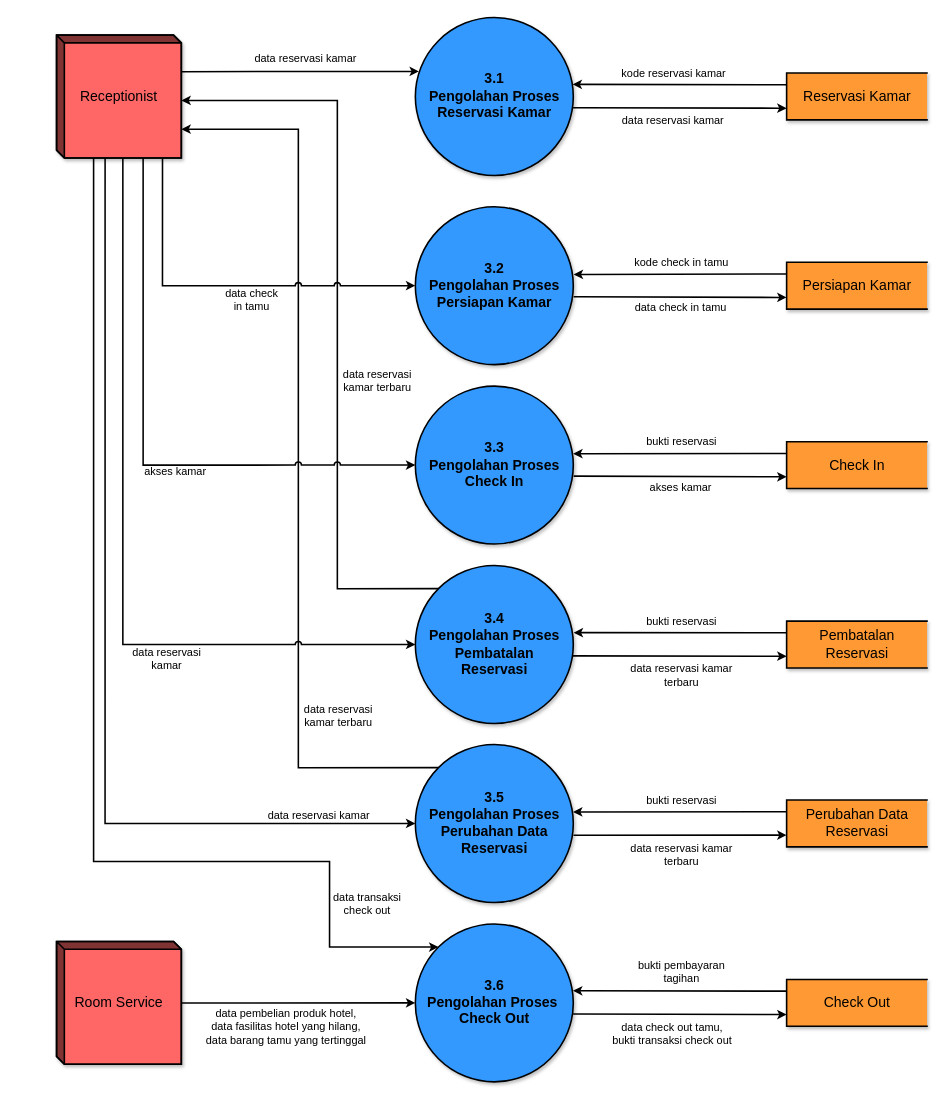
Earlier version of the draw.io diagram page "DFD LVL 2 Process 3 - Pengolahan Transaksi - NEW" (6 of 12) of Sistem Pemesanan Kamar Hotel - Data Flow Diagram.drawio (trueazp/System-Design-Analysis). Source tidied: cells renumbered, new cells numbered last; positions are measured from the earlier drawing's top-left corner, leaving out a move shared by most shapes. Both pictures are drawn from the tidied source at 78%, with x=0, y=0 at pixel (56, 17).
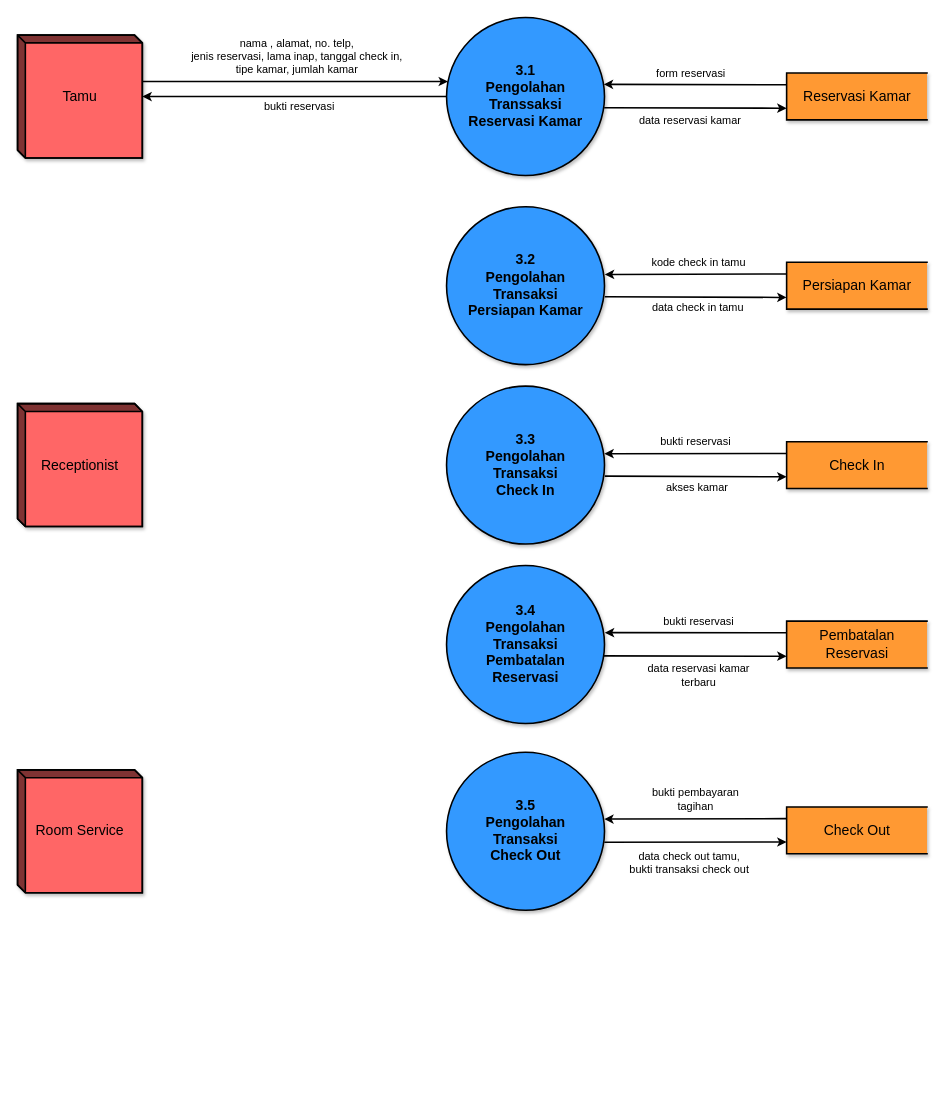
After the change.

The change refers to these unchanged cells:
```xml
<mxCell id="12" style="edgeStyle=orthogonalEdgeStyle;rounded=0;jumpStyle=arc;jettySize=auto;html=1;exitX=0;exitY=0.25;exitDx=0;exitDy=0;entryX=0.995;entryY=0.423;entryDx=0;entryDy=0;entryPerimeter=0;fontSize=14;startArrow=none;startFill=0;endArrow=classic;endFill=1;strokeWidth=2;labelBackgroundColor=none;" parent="1" edge="1" source="16" target="2">
  <mxGeometry relative="1" as="geometry" />
</mxCell>
```

What changed in the source:
```diff
@@
+    <mxCell id="58" style="edgeStyle=orthogonalEdgeStyle;rounded=0;jumpStyle=arc;jettySize=auto;html=1;labelBackgroundColor=none;fontSize=14;startArrow=none;startFill=0;endArrow=classic;endFill=1;strokeWidth=2;" parent="1" edge="1" source="2" target="54">
+      <mxGeometry relative="1" as="geometry" />
+    </mxCell>
+    <mxCell id="33" value="bukti reservasi" style="edgeLabel;html=1;align=center;verticalAlign=middle;fontSize=14;" parent="58" vertex="1">
+      <mxGeometry x="-0.08" y="2" relative="1" as="geometry">
+        <mxPoint x="-11" y="10" as="offset" />
+      </mxGeometry>
+    </mxCell>
-    <mxCell id="2" value="3.1&lt;br style=&quot;font-size: 18px&quot;&gt;&lt;div&gt;Pengolahan Proses &lt;br&gt;&lt;/div&gt;&lt;div&gt;Reservasi Kamar&lt;br&gt;&lt;/div&gt;" style="shape=ellipse;html=1;dashed=0;whitespace=wrap;perimeter=ellipsePerimeter;shadow=1;labelBackgroundColor=none;fontFamily=Helvetica;fontSize=18;strokeWidth=2;fillColor=#3399FF;align=center;fontStyle=1;" parent="1" vertex="1">
-      <mxGeometry x="460" width="202.5" height="202.5" as="geometry" />
+    <mxCell id="2" value="3.1&lt;br style=&quot;font-size: 18px&quot;&gt;&lt;div&gt;Pengolahan &lt;br&gt;&lt;/div&gt;&lt;div&gt;Transsaksi&lt;br&gt;&lt;/div&gt;&lt;div&gt;Reservasi Kamar&lt;br&gt;&lt;/div&gt;" style="shape=ellipse;html=1;dashed=0;whitespace=wrap;perimeter=ellipsePerimeter;shadow=1;labelBackgroundColor=none;fontFamily=Helvetica;fontSize=18;strokeWidth=2;fillColor=#3399FF;align=center;fontStyle=1;" parent="1" vertex="1">
+      <mxGeometry x="500" width="202.5" height="202.5" as="geometry" />
     </mxCell>
-    <mxCell id="3" style="edgeStyle=orthogonalEdgeStyle;rounded=0;jumpStyle=arc;jettySize=auto;html=1;exitX=0;exitY=0;exitDx=0;exitDy=0;entryX=0;entryY=0;entryDx=160;entryDy=83.75;entryPerimeter=0;fontSize=14;startArrow=none;startFill=0;endArrow=classic;endFill=1;strokeWidth=2;labelBackgroundColor=none;" parent="1" edge="1" source="5" target="54">
-      <mxGeometry relative="1" as="geometry">
-        <Array as="points">
-          <mxPoint x="360" y="732" />
-          <mxPoint x="360" y="106" />
-        </Array>
-      </mxGeometry>
-    </mxCell>
-    <mxCell id="4" value="&lt;div&gt;data reservasi &lt;br&gt;&lt;/div&gt;&lt;div&gt;kamar terbaru&lt;/div&gt;" style="edgeLabel;html=1;align=center;verticalAlign=middle;fontSize=14;labelBackgroundColor=none;" parent="3" vertex="1">
-      <mxGeometry x="0.34" y="-3" relative="1" as="geometry">
-        <mxPoint x="47" y="243" as="offset" />
-      </mxGeometry>
-    </mxCell>
-    <mxCell id="5" value="3.4&lt;br style=&quot;font-size: 18px&quot;&gt;&lt;div&gt;Pengolahan Proses &lt;br&gt;&lt;/div&gt;&lt;div&gt;Pembatalan &lt;br&gt;&lt;/div&gt;&lt;div&gt;Reservasi&lt;br&gt;&lt;/div&gt;" style="shape=ellipse;html=1;dashed=0;whitespace=wrap;perimeter=ellipsePerimeter;shadow=1;labelBackgroundColor=none;fontFamily=Helvetica;fontSize=18;strokeWidth=2;fillColor=#3399FF;align=center;fontStyle=1;" parent="1" vertex="1">
-      <mxGeometry x="460" y="702.5" width="202.5" height="202.5" as="geometry" />
+    <mxCell id="5" value="3.4&lt;br style=&quot;font-size: 18px&quot;&gt;&lt;div&gt;Pengolahan &lt;br&gt;&lt;/div&gt;&lt;div&gt;Transaksi&lt;br&gt;&lt;/div&gt;&lt;div&gt;Pembatalan &lt;br&gt;&lt;/div&gt;&lt;div&gt;Reservasi&lt;br&gt;&lt;/div&gt;" style="shape=ellipse;html=1;dashed=0;whitespace=wrap;perimeter=ellipsePerimeter;shadow=1;labelBackgroundColor=none;fontFamily=Helvetica;fontSize=18;strokeWidth=2;fillColor=#3399FF;align=center;fontStyle=1;" parent="1" vertex="1">
+      <mxGeometry x="500" y="702.5" width="202.5" height="202.5" as="geometry" />
     </mxCell>
-    <mxCell id="6" value="3.3&lt;br style=&quot;font-size: 18px&quot;&gt;&lt;div&gt;Pengolahan Proses &lt;br&gt;&lt;/div&gt;&lt;div&gt;Check In&lt;br&gt;&lt;/div&gt;" style="shape=ellipse;html=1;dashed=0;whitespace=wrap;perimeter=ellipsePerimeter;shadow=1;labelBackgroundColor=none;fontFamily=Helvetica;fontSize=18;strokeWidth=2;fillColor=#3399FF;align=center;fontStyle=1;" parent="1" vertex="1">
-      <mxGeometry x="460" y="472.5" width="202.5" height="202.5" as="geometry" />
+    <mxCell id="6" value="3.3&lt;br style=&quot;font-size: 18px&quot;&gt;&lt;div&gt;Pengolahan &lt;br&gt;&lt;/div&gt;&lt;div&gt;Transaksi&lt;br&gt;&lt;/div&gt;&lt;div&gt;Check In&lt;br&gt;&lt;/div&gt;" style="shape=ellipse;html=1;dashed=0;whitespace=wrap;perimeter=ellipsePerimeter;shadow=1;labelBackgroundColor=none;fontFamily=Helvetica;fontSize=18;strokeWidth=2;fillColor=#3399FF;align=center;fontStyle=1;" parent="1" vertex="1">
+      <mxGeometry x="500" y="472.5" width="202.5" height="202.5" as="geometry" />
     </mxCell>
-    <mxCell id="7" value="3.2&lt;br style=&quot;font-size: 18px&quot;&gt;&lt;div&gt;Pengolahan Proses &lt;br&gt;&lt;/div&gt;&lt;div&gt;Persiapan Kamar&lt;br&gt;&lt;/div&gt;" style="shape=ellipse;html=1;dashed=0;whitespace=wrap;perimeter=ellipsePerimeter;shadow=1;labelBackgroundColor=none;fontFamily=Helvetica;fontSize=18;strokeWidth=2;fillColor=#3399FF;align=center;fontStyle=1;" parent="1" vertex="1">
-      <mxGeometry x="460" y="242.5" width="202.5" height="202.5" as="geometry" />
+    <mxCell id="7" value="3.2&lt;br style=&quot;font-size: 18px&quot;&gt;&lt;div&gt;Pengolahan &lt;br&gt;&lt;/div&gt;&lt;div&gt;Transaksi&lt;/div&gt;&lt;div&gt;Persiapan Kamar&lt;br&gt;&lt;/div&gt;" style="shape=ellipse;html=1;dashed=0;whitespace=wrap;perimeter=ellipsePerimeter;shadow=1;labelBackgroundColor=none;fontFamily=Helvetica;fontSize=18;strokeWidth=2;fillColor=#3399FF;align=center;fontStyle=1;" parent="1" vertex="1">
+      <mxGeometry x="500" y="242.5" width="202.5" height="202.5" as="geometry" />
     </mxCell>
-    <mxCell id="8" value="3.6&lt;br style=&quot;font-size: 18px&quot;&gt;&lt;div&gt;Pengolahan Proses&amp;nbsp;&lt;/div&gt;&lt;div&gt;Check Out&lt;br&gt;&lt;/div&gt;" style="shape=ellipse;html=1;dashed=0;whitespace=wrap;perimeter=ellipsePerimeter;shadow=1;labelBackgroundColor=none;fontFamily=Helvetica;fontSize=18;strokeWidth=2;fillColor=#3399FF;align=center;fontStyle=1;" parent="1" vertex="1">
-      <mxGeometry x="460" y="1162" width="202.5" height="202.5" as="geometry" />
+    <mxCell id="8" value="3.5&lt;br style=&quot;font-size: 18px&quot;&gt;&lt;div&gt;Pengolahan &lt;br&gt;&lt;/div&gt;&lt;div&gt;Transaksi &lt;br&gt;&lt;/div&gt;&lt;div&gt;Check Out&lt;br&gt;&lt;/div&gt;" style="shape=ellipse;html=1;dashed=0;whitespace=wrap;perimeter=ellipsePerimeter;shadow=1;labelBackgroundColor=none;fontFamily=Helvetica;fontSize=18;strokeWidth=2;fillColor=#3399FF;align=center;fontStyle=1;" parent="1" vertex="1">
+      <mxGeometry x="500" y="942" width="202.5" height="202.5" as="geometry" />
     </mxCell>
-    <mxCell id="9" style="edgeStyle=orthogonalEdgeStyle;rounded=0;jumpStyle=arc;jettySize=auto;html=1;exitX=0;exitY=0;exitDx=0;exitDy=0;entryX=0;entryY=0;entryDx=160;entryDy=120.625;entryPerimeter=0;fontSize=14;startArrow=none;startFill=0;endArrow=classic;endFill=1;strokeWidth=2;labelBackgroundColor=none;" parent="1" edge="1" source="11" target="54">
-      <mxGeometry relative="1" as="geometry" />
-    </mxCell>
-    <mxCell id="10" value="&lt;div&gt;data reservasi &lt;br&gt;&lt;/div&gt;&lt;div&gt;kamar terbaru&lt;/div&gt;" style="edgeLabel;html=1;align=center;verticalAlign=middle;fontSize=14;labelBackgroundColor=none;" parent="9" vertex="1">
-      <mxGeometry x="-0.59" y="-1" relative="1" as="geometry">
-        <mxPoint x="49" y="-12" as="offset" />
-      </mxGeometry>
-    </mxCell>
-    <mxCell id="11" value="3.5&lt;br style=&quot;font-size: 18px&quot;&gt;&lt;div&gt;Pengolahan Proses &lt;br&gt;&lt;/div&gt;&lt;div&gt;Perubahan Data &lt;br&gt;&lt;/div&gt;&lt;div&gt;Reservasi&lt;br&gt;&lt;/div&gt;" style="shape=ellipse;html=1;dashed=0;whitespace=wrap;perimeter=ellipsePerimeter;shadow=1;labelBackgroundColor=none;fontFamily=Helvetica;fontSize=18;strokeWidth=2;fillColor=#3399FF;align=center;fontStyle=1;" parent="1" vertex="1">
-      <mxGeometry x="460" y="932" width="202.5" height="202.5" as="geometry" />
-    </mxCell>
@@
-    <mxCell id="13" value="kode reservasi kamar" style="edgeLabel;html=1;align=center;verticalAlign=middle;fontSize=14;labelBackgroundColor=none;" parent="12" vertex="1">
+    <mxCell id="13" value="form reservasi" style="edgeLabel;html=1;align=center;verticalAlign=middle;fontSize=14;labelBackgroundColor=none;" parent="12" vertex="1">
       <mxGeometry x="0.12" y="-3" relative="1" as="geometry">
         <mxPoint x="8" y="-11" as="offset" />
       </mxGeometry>
     </mxCell>
@@
-    <mxCell id="32" style="edgeStyle=orthogonalEdgeStyle;rounded=0;jumpStyle=arc;jettySize=auto;html=1;exitX=0;exitY=0.25;exitDx=0;exitDy=0;entryX=0.998;entryY=0.427;entryDx=0;entryDy=0;entryPerimeter=0;fontSize=14;startArrow=none;startFill=0;endArrow=classic;endFill=1;strokeWidth=2;labelBackgroundColor=none;" parent="1" edge="1" source="36" target="11">
-      <mxGeometry relative="1" as="geometry" />
-    </mxCell>
-    <mxCell id="33" value="bukti reservasi" style="edgeLabel;html=1;align=center;verticalAlign=middle;fontSize=14;labelBackgroundColor=none;" parent="32" vertex="1">
-      <mxGeometry x="0.13" y="-3" relative="1" as="geometry">
-        <mxPoint x="19" y="-12" as="offset" />
-      </mxGeometry>
-    </mxCell>
-    <mxCell id="34" style="edgeStyle=orthogonalEdgeStyle;rounded=0;jumpStyle=arc;jettySize=auto;html=1;exitX=0;exitY=0.75;exitDx=0;exitDy=0;entryX=1.001;entryY=0.574;entryDx=0;entryDy=0;entryPerimeter=0;fontSize=14;startArrow=classic;startFill=1;endArrow=none;endFill=0;strokeWidth=2;labelBackgroundColor=none;" parent="1" edge="1" source="36" target="11">
-      <mxGeometry relative="1" as="geometry" />
-    </mxCell>
-    <mxCell id="35" value="&lt;div&gt;data reservasi kamar &lt;br&gt;&lt;/div&gt;&lt;div&gt;terbaru&lt;br&gt;&lt;/div&gt;" style="edgeLabel;html=1;align=center;verticalAlign=middle;fontSize=14;labelBackgroundColor=none;" parent="34" vertex="1">
-      <mxGeometry x="0.09" y="2" relative="1" as="geometry">
-        <mxPoint x="13" y="22" as="offset" />
-      </mxGeometry>
-    </mxCell>
-    <mxCell id="36" value="&lt;div&gt;Perubahan Data &lt;br&gt;&lt;/div&gt;&lt;div&gt;Reservasi&lt;br&gt;&lt;/div&gt;" style="html=1;dashed=0;whitespace=wrap;shape=partialRectangle;right=0;shadow=1;labelBackgroundColor=none;fontFamily=Helvetica;fontSize=18;strokeWidth=2;fillColor=#FF9933;align=center;" parent="1" vertex="1">
-      <mxGeometry x="936" y="1003.2" width="180" height="60" as="geometry" />
-    </mxCell>
@@
     <mxCell id="41" value="Check Out" style="html=1;dashed=0;whitespace=wrap;shape=partialRectangle;right=0;shadow=1;labelBackgroundColor=none;fontFamily=Helvetica;fontSize=18;strokeWidth=2;fillColor=#FF9933;align=center;" parent="1" vertex="1">
-      <mxGeometry x="936" y="1233.2" width="180" height="60" as="geometry" />
+      <mxGeometry x="936" y="1012" width="180" height="60" as="geometry" />
     </mxCell>
-    <mxCell id="42" style="edgeStyle=orthogonalEdgeStyle;rounded=0;jumpStyle=arc;jettySize=auto;html=1;exitX=0;exitY=0;exitDx=160;exitDy=46.875;exitPerimeter=0;fontSize=14;startArrow=none;startFill=0;endArrow=classic;endFill=1;strokeWidth=2;entryX=0.023;entryY=0.341;entryDx=0;entryDy=0;entryPerimeter=0;labelBackgroundColor=none;" parent="1" edge="1" source="54" target="2">
-      <mxGeometry relative="1" as="geometry" />
+    <mxCell id="42" style="edgeStyle=orthogonalEdgeStyle;rounded=0;jumpStyle=arc;jettySize=auto;html=1;exitX=1.003;exitY=0.378;exitDx=0;exitDy=0;exitPerimeter=0;fontSize=14;startArrow=none;startFill=0;endArrow=classic;endFill=1;strokeWidth=2;labelBackgroundColor=none;" parent="1" edge="1" source="54" target="2">
+      <mxGeometry relative="1" as="geometry">
+        <Array as="points">
+          <mxPoint x="410" y="82" />
+          <mxPoint x="410" y="82" />
+        </Array>
+      </mxGeometry>
     </mxCell>
-    <mxCell id="43" value="data reservasi kamar" style="edgeLabel;html=1;align=center;verticalAlign=middle;fontSize=14;labelBackgroundColor=none;" parent="42" vertex="1">
+    <mxCell id="43" value="&lt;div&gt;nama , alamat, no. telp, &lt;br&gt;&lt;/div&gt;&lt;div&gt;jenis reservasi, lama inap, tanggal check in, &lt;/div&gt;tipe kamar, jumlah kamar" style="edgeLabel;html=1;align=center;verticalAlign=middle;fontSize=14;labelBackgroundColor=none;" parent="42" vertex="1">
       <mxGeometry x="0.11" y="4" relative="1" as="geometry">
-        <mxPoint x="-10" y="-13" as="offset" />
+        <mxPoint x="-20" y="-29" as="offset" />
       </mxGeometry>
     </mxCell>
-    <mxCell id="44" style="edgeStyle=orthogonalEdgeStyle;rounded=0;jumpStyle=arc;jettySize=auto;html=1;exitX=0.849;exitY=1.007;exitDx=0;exitDy=0;exitPerimeter=0;entryX=0;entryY=0.5;entryDx=0;entryDy=0;fontSize=14;startArrow=none;startFill=0;endArrow=classic;endFill=1;strokeWidth=2;labelBackgroundColor=none;" parent="1" edge="1" source="54" target="7">
-      <mxGeometry relative="1" as="geometry">
-        <Array as="points">
-          <mxPoint x="136" y="344" />
-        </Array>
-      </mxGeometry>
-    </mxCell>
-    <mxCell id="45" value="&lt;div&gt;data check &lt;br&gt;&lt;/div&gt;&lt;div&gt;in tamu&lt;/div&gt;" style="edgeLabel;html=1;align=center;verticalAlign=middle;fontSize=14;labelBackgroundColor=none;" parent="44" vertex="1">
-      <mxGeometry x="0.13" relative="1" as="geometry">
-        <mxPoint x="1" y="18" as="offset" />
-      </mxGeometry>
-    </mxCell>
-    <mxCell id="46" style="edgeStyle=orthogonalEdgeStyle;rounded=0;jumpStyle=arc;jettySize=auto;html=1;entryX=0;entryY=0.5;entryDx=0;entryDy=0;fontSize=14;startArrow=none;startFill=0;endArrow=classic;endFill=1;strokeWidth=2;labelBackgroundColor=none;" parent="1" edge="1" source="54" target="6">
-      <mxGeometry relative="1" as="geometry">
-        <Array as="points">
-          <mxPoint x="111" y="574" />
-        </Array>
-      </mxGeometry>
-    </mxCell>
-    <mxCell id="47" value="akses kamar" style="edgeLabel;html=1;align=center;verticalAlign=middle;fontSize=14;labelBackgroundColor=none;" parent="46" vertex="1">
-      <mxGeometry x="0.34" y="-4" relative="1" as="geometry">
-        <mxPoint x="-64" y="4" as="offset" />
-      </mxGeometry>
-    </mxCell>
-    <mxCell id="48" style="edgeStyle=orthogonalEdgeStyle;rounded=0;jumpStyle=arc;jettySize=auto;html=1;exitX=0;exitY=0;exitDx=85;exitDy=157.5;exitPerimeter=0;entryX=0;entryY=0.5;entryDx=0;entryDy=0;fontSize=14;startArrow=none;startFill=0;endArrow=classic;endFill=1;strokeWidth=2;labelBackgroundColor=none;" parent="1" edge="1" source="54" target="5">
-      <mxGeometry relative="1" as="geometry" />
-    </mxCell>
-    <mxCell id="49" value="&lt;div&gt;data reservasi&lt;/div&gt;&lt;div&gt; kamar&lt;/div&gt;" style="edgeLabel;html=1;align=center;verticalAlign=middle;fontSize=14;labelBackgroundColor=none;" parent="48" vertex="1">
-      <mxGeometry x="0.48" y="3" relative="1" as="geometry">
-        <mxPoint x="-60" y="21" as="offset" />
-      </mxGeometry>
-    </mxCell>
-    <mxCell id="50" style="edgeStyle=orthogonalEdgeStyle;rounded=0;jumpStyle=arc;jettySize=auto;html=1;exitX=0.389;exitY=0.999;exitDx=0;exitDy=0;exitPerimeter=0;entryX=0;entryY=0.5;entryDx=0;entryDy=0;fontSize=14;startArrow=none;startFill=0;endArrow=classic;endFill=1;strokeWidth=2;labelBackgroundColor=none;" parent="1" edge="1" source="54" target="11">
-      <mxGeometry relative="1" as="geometry" />
-    </mxCell>
-    <mxCell id="51" value="data reservasi kamar" style="edgeLabel;html=1;align=center;verticalAlign=middle;fontSize=14;labelBackgroundColor=none;" parent="50" vertex="1">
-      <mxGeometry x="0.57" y="1" relative="1" as="geometry">
-        <mxPoint x="145" y="-10" as="offset" />
-      </mxGeometry>
-    </mxCell>
-    <mxCell id="52" style="edgeStyle=orthogonalEdgeStyle;rounded=0;jumpStyle=arc;jettySize=auto;html=1;exitX=0;exitY=0;exitDx=47.5;exitDy=157.5;exitPerimeter=0;fontSize=14;startArrow=none;startFill=0;endArrow=classic;endFill=1;strokeWidth=2;entryX=0;entryY=0;entryDx=0;entryDy=0;labelBackgroundColor=none;" parent="1" edge="1" source="54" target="8">
-      <mxGeometry relative="1" as="geometry">
-        <Array as="points">
-          <mxPoint x="47" y="1082" />
-          <mxPoint x="350" y="1082" />
-          <mxPoint x="350" y="1192" />
-        </Array>
-      </mxGeometry>
-    </mxCell>
-    <mxCell id="53" value="&lt;div&gt;data transaksi &lt;br&gt;&lt;/div&gt;&lt;div&gt;check out&lt;/div&gt;" style="edgeLabel;html=1;align=center;verticalAlign=middle;fontSize=14;labelBackgroundColor=none;" parent="52" vertex="1">
-      <mxGeometry x="0.4" y="-5" relative="1" as="geometry">
-        <mxPoint x="234" y="48" as="offset" />
-      </mxGeometry>
-    </mxCell>
-    <mxCell id="54" value="Receptionist" style="html=1;dashed=0;whitespace=wrap;shape=mxgraph.dfd.externalEntity;shadow=1;labelBackgroundColor=none;fontFamily=Helvetica;fontSize=18;strokeWidth=2;fillColor=#FF6666;align=center;whiteSpace=wrap;" parent="1" vertex="1">
-      <mxGeometry y="22.5" width="160" height="157.5" as="geometry" />
+    <mxCell id="54" value="Tamu" style="html=1;dashed=0;whitespace=wrap;shape=mxgraph.dfd.externalEntity;shadow=1;labelBackgroundColor=none;fontFamily=Helvetica;fontSize=18;strokeWidth=2;fillColor=#FF6666;align=center;whiteSpace=wrap;" parent="1" vertex="1">
+      <mxGeometry x="-50" y="22.5" width="160" height="157.5" as="geometry" />
     </mxCell>
-    <mxCell id="55" style="edgeStyle=orthogonalEdgeStyle;rounded=0;jumpStyle=arc;jettySize=auto;html=1;entryX=0;entryY=0.5;entryDx=0;entryDy=0;fontSize=14;startArrow=none;startFill=0;endArrow=classic;endFill=1;strokeWidth=2;labelBackgroundColor=none;" parent="1" edge="1" source="57" target="8">
-      <mxGeometry relative="1" as="geometry" />
-    </mxCell>
-    <mxCell id="56" value="data pembelian produk hotel, &lt;br style=&quot;font-size: 14px&quot;&gt;data fasilitas hotel yang hilang, &lt;br style=&quot;font-size: 14px&quot;&gt;data barang tamu yang tertinggal" style="edgeLabel;html=1;align=center;verticalAlign=middle;fontSize=14;labelBackgroundColor=none;" parent="55" vertex="1">
-      <mxGeometry x="-0.22" y="1" relative="1" as="geometry">
-        <mxPoint x="16" y="31" as="offset" />
-      </mxGeometry>
-    </mxCell>
-    <mxCell id="57" value="Room Service" style="html=1;dashed=0;whitespace=wrap;shape=mxgraph.dfd.externalEntity;shadow=1;labelBackgroundColor=none;fontFamily=Helvetica;fontSize=18;strokeWidth=2;fillColor=#FF6666;align=center;whiteSpace=wrap;" parent="1" vertex="1">
-      <mxGeometry y="1184.5" width="160" height="157.5" as="geometry" />
+    <mxCell id="57" value="Receptionist" style="html=1;dashed=0;whitespace=wrap;shape=mxgraph.dfd.externalEntity;shadow=1;labelBackgroundColor=none;fontFamily=Helvetica;fontSize=18;strokeWidth=2;fillColor=#FF6666;align=center;whiteSpace=wrap;" parent="1" vertex="1">
+      <mxGeometry x="-50" y="495" width="160" height="157.5" as="geometry" />
     </mxCell>
+    <mxCell id="59" value="Room Service" style="html=1;dashed=0;whitespace=wrap;shape=mxgraph.dfd.externalEntity;shadow=1;labelBackgroundColor=none;fontFamily=Helvetica;fontSize=18;strokeWidth=2;fillColor=#FF6666;align=center;whiteSpace=wrap;" parent="1" vertex="1">
+      <mxGeometry x="-50" y="964.5" width="160" height="157.5" as="geometry" />
+    </mxCell>
```
